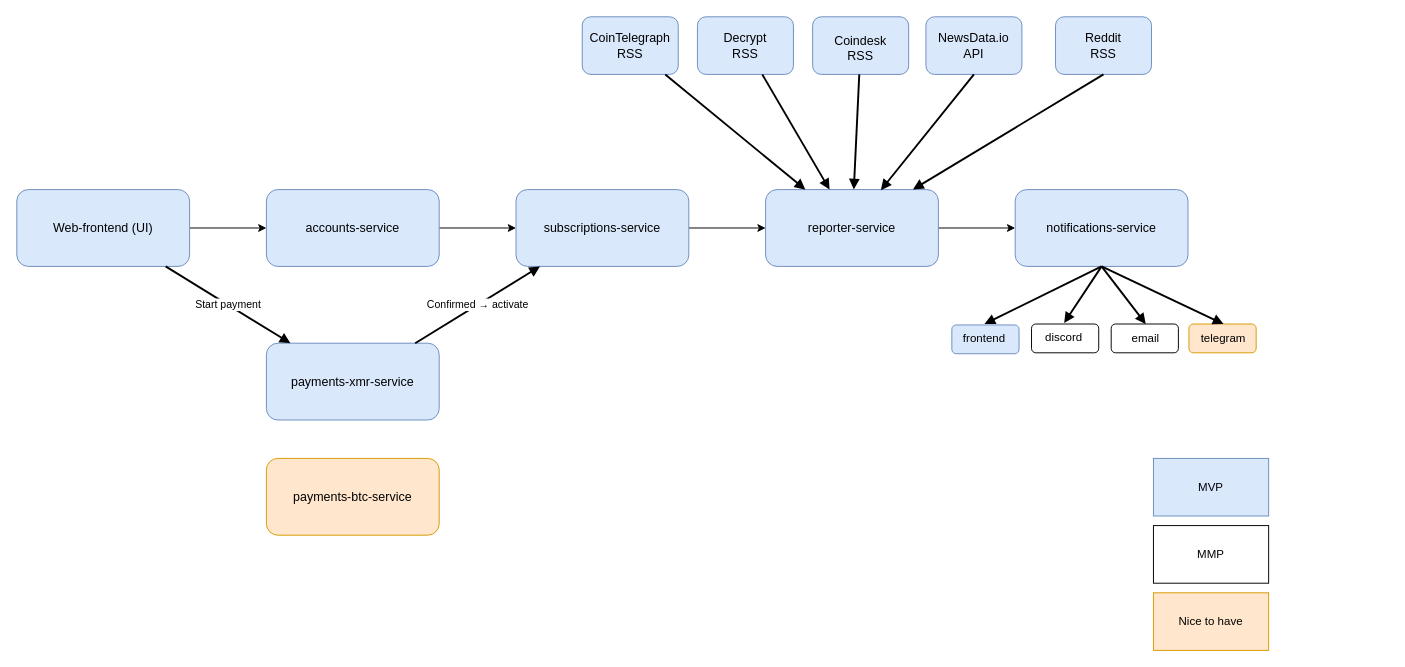
david-andreasson/novareport keeps this draw.io diagram as docs/novareport-architecture.drawio. Above is the earlier version. Source tidied: cells renumbered, new cells numbered last; positions are measured from the earlier drawing's top-left corner, leaving out a move shared by most shapes. Both pictures are drawn from the tidied source at 96%, with x=0, y=0 at pixel (16, 16).
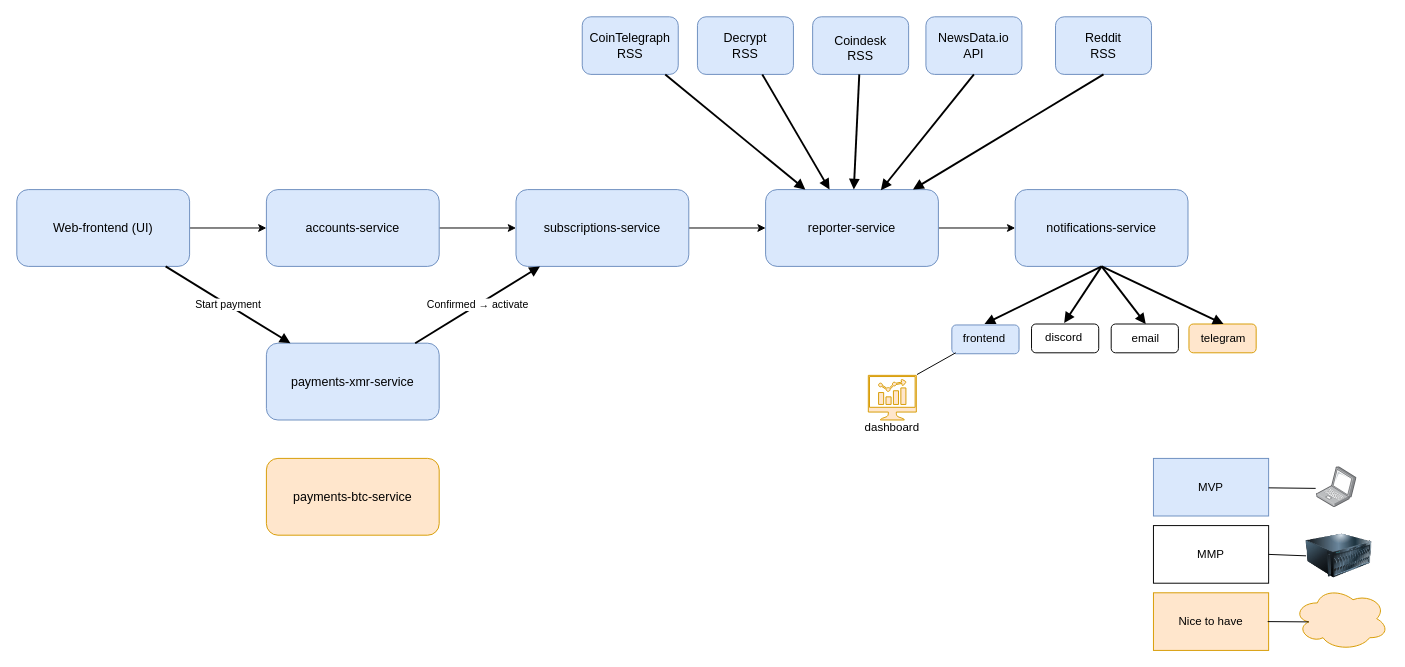
The same page after the edit.

The change refers to these unchanged cells:
```xml
<mxCell id="27" value="frontend" style="text;html=1;whiteSpace=wrap;align=center;verticalAlign=middle;rounded=0;" parent="1" vertex="1">
  <mxGeometry x="978" y="320" width="60" height="30" as="geometry" />
</mxCell>
<mxCell id="36" value="MVP" style="rounded=0;whiteSpace=wrap;html=1;fillColor=#dae8fc;strokeColor=#6c8ebf;imageWidth=24;imageHeight=24;" parent="1" vertex="1">
  <mxGeometry x="1184" y="460" width="120" height="60" as="geometry" />
</mxCell>
<mxCell id="37" value="MMP" style="rounded=0;whiteSpace=wrap;html=1;" parent="1" vertex="1">
  <mxGeometry x="1184" y="530" width="120" height="60" as="geometry" />
</mxCell>
```

Diff of the diagram source:
```diff
@@
+    <mxCell id="40" style="ellipse;shape=cloud;whiteSpace=wrap;html=1;fillColor=#ffe6cc;strokeColor=#d79b00;" parent="1" vertex="1">
+      <mxGeometry x="1330" y="594" width="99" height="66" as="geometry" />
+    </mxCell>
+    <mxCell id="41" style="image;html=1;image=img/lib/clip_art/computers/Server_128x128.png;" parent="1" vertex="1">
+      <mxGeometry x="1343" y="530" width="69" height="63" as="geometry" />
+    </mxCell>
+    <mxCell id="42" style="image;points=[];html=1;align=center;shadow=0;dashed=0;image=img/lib/allied_telesis/computer_and_terminals/Laptop.svg;" parent="1" vertex="1">
+      <mxGeometry x="1354" y="468.7" width="42" height="42.6" as="geometry" />
+    </mxCell>
+    <mxCell id="43" style="endArrow=none;html=1;rounded=0;entryX=-0.024;entryY=0.529;entryDx=0;entryDy=0;entryPerimeter=0;" parent="1" edge="1" source="36" target="42">
+      <mxGeometry relative="1" as="geometry" />
+    </mxCell>
+    <mxCell id="44" style="endArrow=none;html=1;rounded=0;exitX=1;exitY=0.5;exitDx=0;exitDy=0;entryX=0;entryY=0.5;entryDx=0;entryDy=0;" parent="1" edge="1" source="37" target="41">
+      <mxGeometry relative="1" as="geometry" />
+    </mxCell>
+    <mxCell id="45" style="endArrow=none;html=1;rounded=0;entryX=0.16;entryY=0.55;entryDx=0;entryDy=0;entryPerimeter=0;" parent="1" edge="1" target="40">
+      <mxGeometry relative="1" as="geometry">
+        <mxPoint x="1303" y="630" as="sourcePoint" />
+      </mxGeometry>
+    </mxCell>
+    <mxCell id="46" style="sketch=0;shadow=0;dashed=0;html=1;strokeColor=#d79b00;fillColor=#ffe6cc;labelPosition=center;verticalLabelPosition=bottom;verticalAlign=top;align=center;outlineConnect=0;shape=mxgraph.vvd.nsx_dashboard;" parent="1" vertex="1">
+      <mxGeometry x="887" y="373.5" width="50" height="46.5" as="geometry" />
+    </mxCell>
+    <mxCell id="47" style="endArrow=none;html=1;rounded=0;entryX=0;entryY=1;entryDx=0;entryDy=0;exitX=1.014;exitY=-0.018;exitDx=0;exitDy=0;exitPerimeter=0;" parent="1" edge="1" source="46" target="27">
+      <mxGeometry relative="1" as="geometry" />
+    </mxCell>
+    <mxCell id="48" value="dashboard" style="text;html=1;whiteSpace=wrap;strokeColor=none;fillColor=none;align=center;verticalAlign=middle;rounded=0;" parent="1" vertex="1">
+      <mxGeometry x="882" y="413" width="60" height="30" as="geometry" />
+    </mxCell>
```
